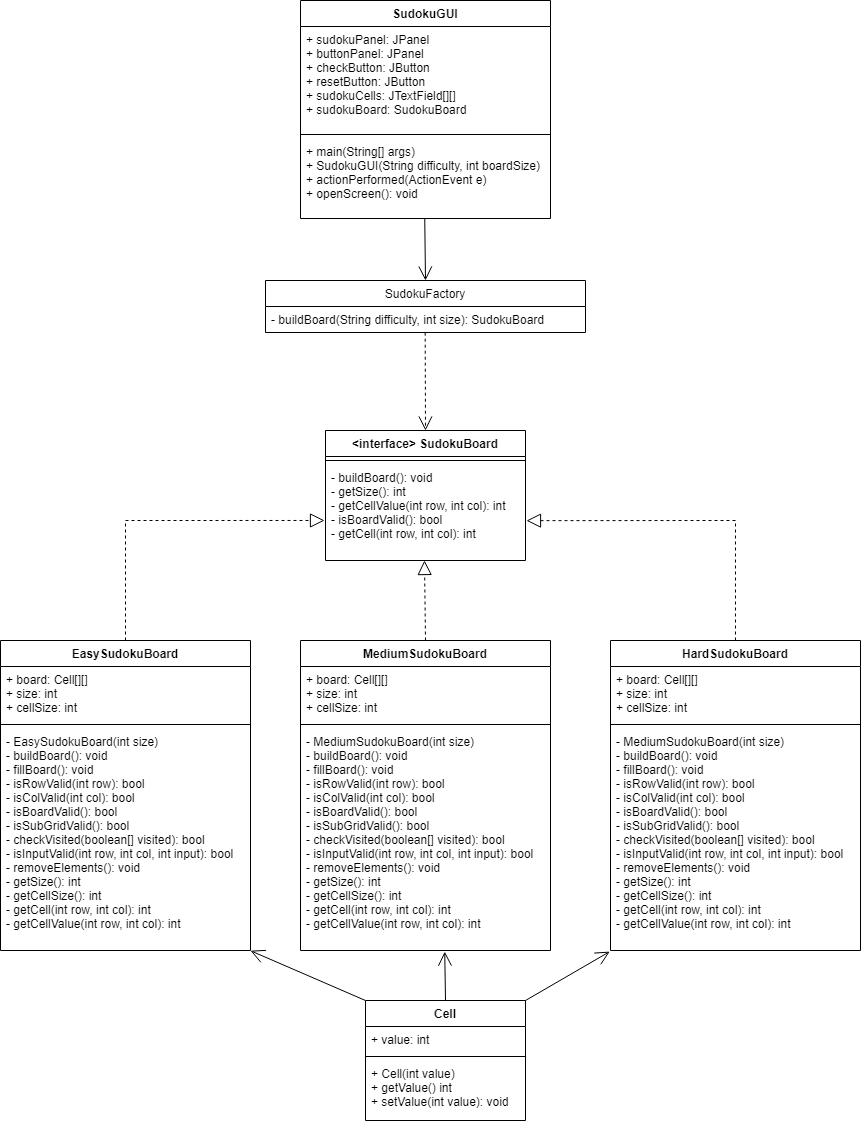
The draw.io diagram data/Factory-UML.png in BrendanD7/Sudoku-DesignPatterns, before a commit. Source tidied: cells renumbered, new cells last; positions are measured from the earlier drawing's top-left corner, leaving out a move shared by most shapes. Its diagram source:
```xml
<mxGraphModel>
  <root>
    <mxCell id="0" />
    <mxCell id="1" parent="0" />
    <mxCell id="2" value="EasySudokuBoard" style="swimlane;fontStyle=1;align=center;verticalAlign=top;horizontal=1;startSize=26;" parent="1" vertex="1">
      <mxGeometry y="640" width="250" height="310" as="geometry" />
    </mxCell>
    <mxCell id="3" value="+ board: Cell[][]&#10;+ size: int&#10;+ cellSize: int" style="text;strokeColor=none;fillColor=none;align=left;verticalAlign=top;spacingLeft=4;spacingRight=4;overflow=hidden;" parent="2" vertex="1">
      <mxGeometry y="26" width="250" height="54" as="geometry" />
    </mxCell>
    <mxCell id="4" style="line;strokeWidth=1;fillColor=none;align=left;verticalAlign=middle;spacingTop=-1;spacingLeft=3;spacingRight=3;labelPosition=right;strokeColor=inherit;" parent="2" vertex="1">
      <mxGeometry y="80" width="250" height="8" as="geometry" />
    </mxCell>
    <mxCell id="5" value="- EasySudokuBoard(int size)&#10;- buildBoard(): void&#10;- fillBoard(): void&#10;- isRowValid(int row): bool&#10;- isColValid(int col): bool&#10;- isBoardValid(): bool&#10;- isSubGridValid(): bool&#10;- checkVisited(boolean[] visited): bool&#10;- isInputValid(int row, int col, int input): bool&#10;- removeElements(): void&#10;- getSize(): int&#10;- getCellSize(): int&#10;- getCell(int row, int col): int&#10;- getCellValue(int row, int col): int&#10;" style="text;strokeColor=none;fillColor=none;align=left;verticalAlign=top;spacingLeft=4;spacingRight=4;overflow=hidden;points=[[0,0.5],[1,0.5]];portConstraint=eastwest;" parent="2" vertex="1">
      <mxGeometry y="88" width="250" height="222" as="geometry" />
    </mxCell>
    <mxCell id="6" value="MediumSudokuBoard" style="swimlane;fontStyle=1;align=center;verticalAlign=top;horizontal=1;startSize=26;" parent="1" vertex="1">
      <mxGeometry x="300" y="640" width="250" height="310" as="geometry" />
    </mxCell>
    <mxCell id="7" value="+ board: Cell[][]&#10;+ size: int&#10;+ cellSize: int" style="text;strokeColor=none;fillColor=none;align=left;verticalAlign=top;spacingLeft=4;spacingRight=4;overflow=hidden;" parent="6" vertex="1">
      <mxGeometry y="26" width="250" height="54" as="geometry" />
    </mxCell>
    <mxCell id="8" style="line;strokeWidth=1;fillColor=none;align=left;verticalAlign=middle;spacingTop=-1;spacingLeft=3;spacingRight=3;labelPosition=right;strokeColor=inherit;" parent="6" vertex="1">
      <mxGeometry y="80" width="250" height="8" as="geometry" />
    </mxCell>
    <mxCell id="9" value="- MediumSudokuBoard(int size)&#10;- buildBoard(): void&#10;- fillBoard(): void&#10;- isRowValid(int row): bool&#10;- isColValid(int col): bool&#10;- isBoardValid(): bool&#10;- isSubGridValid(): bool&#10;- checkVisited(boolean[] visited): bool&#10;- isInputValid(int row, int col, int input): bool&#10;- removeElements(): void&#10;- getSize(): int&#10;- getCellSize(): int&#10;- getCell(int row, int col): int&#10;- getCellValue(int row, int col): int&#10;" style="text;strokeColor=none;fillColor=none;align=left;verticalAlign=top;spacingLeft=4;spacingRight=4;overflow=hidden;points=[[0,0.5],[1,0.5]];portConstraint=eastwest;" parent="6" vertex="1">
      <mxGeometry y="88" width="250" height="222" as="geometry" />
    </mxCell>
    <mxCell id="10" value="HardSudokuBoard" style="swimlane;fontStyle=1;align=center;verticalAlign=top;horizontal=1;startSize=26;" parent="1" vertex="1">
      <mxGeometry x="610" y="640" width="250" height="310" as="geometry" />
    </mxCell>
    <mxCell id="11" value="+ board: Cell[][]&#10;+ size: int&#10;+ cellSize: int" style="text;strokeColor=none;fillColor=none;align=left;verticalAlign=top;spacingLeft=4;spacingRight=4;overflow=hidden;" parent="10" vertex="1">
      <mxGeometry y="26" width="250" height="54" as="geometry" />
    </mxCell>
    <mxCell id="12" style="line;strokeWidth=1;fillColor=none;align=left;verticalAlign=middle;spacingTop=-1;spacingLeft=3;spacingRight=3;labelPosition=right;strokeColor=inherit;" parent="10" vertex="1">
      <mxGeometry y="80" width="250" height="8" as="geometry" />
    </mxCell>
    <mxCell id="13" value="- MediumSudokuBoard(int size)&#10;- buildBoard(): void&#10;- fillBoard(): void&#10;- isRowValid(int row): bool&#10;- isColValid(int col): bool&#10;- isBoardValid(): bool&#10;- isSubGridValid(): bool&#10;- checkVisited(boolean[] visited): bool&#10;- isInputValid(int row, int col, int input): bool&#10;- removeElements(): void&#10;- getSize(): int&#10;- getCellSize(): int&#10;- getCell(int row, int col): int&#10;- getCellValue(int row, int col): int&#10;" style="text;strokeColor=none;fillColor=none;align=left;verticalAlign=top;spacingLeft=4;spacingRight=4;overflow=hidden;points=[[0,0.5],[1,0.5]];portConstraint=eastwest;" parent="10" vertex="1">
      <mxGeometry y="88" width="250" height="222" as="geometry" />
    </mxCell>
    <mxCell id="14" value="&lt;interface&gt; SudokuBoard" style="swimlane;fontStyle=1;align=center;verticalAlign=top;horizontal=1;startSize=26;" parent="1" vertex="1">
      <mxGeometry x="325" y="430" width="200" height="130" as="geometry" />
    </mxCell>
    <mxCell id="15" style="line;strokeWidth=1;fillColor=none;align=left;verticalAlign=middle;spacingTop=-1;spacingLeft=3;spacingRight=3;labelPosition=right;strokeColor=inherit;" parent="14" vertex="1">
      <mxGeometry y="26" width="200" height="8" as="geometry" />
    </mxCell>
    <mxCell id="16" value="- buildBoard(): void&#10;- getSize(): int&#10;- getCellValue(int row, int col): int&#10;- isBoardValid(): bool&#10;- getCell(int row, int col): int" style="text;strokeColor=none;fillColor=none;align=left;verticalAlign=top;spacingLeft=4;spacingRight=4;overflow=hidden;points=[[0,0.5],[1,0.5]];portConstraint=eastwest;" parent="14" vertex="1">
      <mxGeometry y="34" width="200" height="96" as="geometry" />
    </mxCell>
    <mxCell id="17" value="SudokuFactory" style="swimlane;fontStyle=0;horizontal=1;startSize=26;fillColor=none;" parent="1" vertex="1">
      <mxGeometry x="265" y="280" width="320" height="52" as="geometry" />
    </mxCell>
    <mxCell id="18" value="Cell" style="swimlane;fontStyle=1;align=center;verticalAlign=top;horizontal=1;startSize=26;" parent="1" vertex="1">
      <mxGeometry x="365" y="1000" width="160" height="120" as="geometry" />
    </mxCell>
    <mxCell id="19" value="+ value: int" style="text;strokeColor=none;fillColor=none;align=left;verticalAlign=top;spacingLeft=4;spacingRight=4;overflow=hidden;" parent="18" vertex="1">
      <mxGeometry y="26" width="160" height="26" as="geometry" />
    </mxCell>
    <mxCell id="20" style="line;strokeWidth=1;fillColor=none;align=left;verticalAlign=middle;spacingTop=-1;spacingLeft=3;spacingRight=3;labelPosition=right;strokeColor=inherit;" parent="18" vertex="1">
      <mxGeometry y="52" width="160" height="8" as="geometry" />
    </mxCell>
    <mxCell id="21" value="+ Cell(int value)&#10;+ getValue() int&#10;+ setValue(int value): void" style="text;strokeColor=none;fillColor=none;align=left;verticalAlign=top;spacingLeft=4;spacingRight=4;overflow=hidden;" parent="18" vertex="1">
      <mxGeometry y="60" width="160" height="60" as="geometry" />
    </mxCell>
    <mxCell id="22" value="SudokuGUI" style="swimlane;fontStyle=1;align=center;verticalAlign=top;horizontal=1;startSize=26;" parent="1" vertex="1">
      <mxGeometry x="300" width="250" height="218" as="geometry" />
    </mxCell>
    <mxCell id="23" value="+ sudokuPanel: JPanel&#10;+ buttonPanel: JPanel&#10;+ checkButton: JButton&#10;+ resetButton: JButton&#10;+ sudokuCells: JTextField[][]&#10;+ sudokuBoard: SudokuBoard" style="text;strokeColor=none;fillColor=none;align=left;verticalAlign=top;spacingLeft=4;spacingRight=4;overflow=hidden;" parent="22" vertex="1">
      <mxGeometry y="26" width="250" height="104" as="geometry" />
    </mxCell>
    <mxCell id="24" style="line;strokeWidth=1;fillColor=none;align=left;verticalAlign=middle;spacingTop=-1;spacingLeft=3;spacingRight=3;labelPosition=right;strokeColor=inherit;" parent="22" vertex="1">
      <mxGeometry y="130" width="250" height="8" as="geometry" />
    </mxCell>
    <mxCell id="25" value="+ main(String[] args)&#10;+ SudokuGUI(String difficulty, int boardSize)&#10;+ actionPerformed(ActionEvent e)&#10;+ openScreen(): void" style="text;strokeColor=none;fillColor=none;align=left;verticalAlign=top;spacingLeft=4;spacingRight=4;overflow=hidden;points=[[0,0.5],[1,0.5]];portConstraint=eastwest;" parent="22" vertex="1">
      <mxGeometry y="138" width="250" height="80" as="geometry" />
    </mxCell>
    <mxCell id="26" style="endArrow=block;dashed=1;endFill=0;endSize=12;html=1;rounded=0;entryX=0.495;entryY=1;entryDx=0;entryDy=0;entryPerimeter=0;exitX=0.5;exitY=0;exitDx=0;exitDy=0;" parent="1" edge="1" source="6" target="16">
      <mxGeometry relative="1" as="geometry" />
    </mxCell>
    <mxCell id="27" style="endArrow=block;dashed=1;endFill=0;endSize=12;html=1;rounded=0;exitX=0.5;exitY=0;exitDx=0;exitDy=0;entryX=1.005;entryY=0.585;entryDx=0;entryDy=0;entryPerimeter=0;" parent="1" edge="1" source="10" target="16">
      <mxGeometry relative="1" as="geometry">
        <Array as="points">
          <mxPoint x="735" y="520" />
        </Array>
      </mxGeometry>
    </mxCell>
    <mxCell id="28" style="endArrow=block;dashed=1;endFill=0;endSize=12;html=1;rounded=0;entryX=-0.005;entryY=0.583;entryDx=0;entryDy=0;exitX=0.5;exitY=0;exitDx=0;exitDy=0;entryPerimeter=0;" parent="1" edge="1" source="2" target="16">
      <mxGeometry relative="1" as="geometry">
        <Array as="points">
          <mxPoint x="125" y="520" />
        </Array>
      </mxGeometry>
    </mxCell>
    <mxCell id="29" style="endArrow=open;endSize=12;dashed=1;html=1;rounded=0;exitX=0.499;exitY=1.008;exitDx=0;exitDy=0;exitPerimeter=0;entryX=0.5;entryY=0;entryDx=0;entryDy=0;" parent="1" edge="1" source="30" target="14">
      <mxGeometry relative="1" as="geometry" />
    </mxCell>
    <mxCell id="30" value="- buildBoard(String difficulty, int size): SudokuBoard&#10; " style="text;strokeColor=none;fillColor=none;align=left;verticalAlign=top;spacingLeft=4;spacingRight=4;overflow=hidden;points=[[0,0.5],[1,0.5]];portConstraint=eastwest;" parent="1" vertex="1">
      <mxGeometry x="265" y="306" width="320" height="26" as="geometry" />
    </mxCell>
    <mxCell id="31" style="endArrow=open;endFill=1;endSize=12;html=1;rounded=0;exitX=0.497;exitY=1.003;exitDx=0;exitDy=0;exitPerimeter=0;entryX=0.5;entryY=0;entryDx=0;entryDy=0;" parent="1" edge="1" source="25" target="17">
      <mxGeometry relative="1" as="geometry" />
    </mxCell>
    <mxCell id="32" style="endArrow=open;endFill=1;endSize=12;html=1;rounded=0;exitX=0;exitY=0;exitDx=0;exitDy=0;entryX=1;entryY=1.001;entryDx=0;entryDy=0;entryPerimeter=0;" parent="1" edge="1" source="18" target="5">
      <mxGeometry relative="1" as="geometry" />
    </mxCell>
    <mxCell id="33" style="endArrow=open;endFill=1;endSize=12;html=1;rounded=0;exitX=0.5;exitY=0;exitDx=0;exitDy=0;entryX=0.577;entryY=1.005;entryDx=0;entryDy=0;entryPerimeter=0;" parent="1" edge="1" source="18" target="9">
      <mxGeometry relative="1" as="geometry" />
    </mxCell>
    <mxCell id="34" style="endArrow=open;endFill=1;endSize=12;html=1;rounded=0;exitX=1;exitY=0;exitDx=0;exitDy=0;entryX=-0.003;entryY=1.005;entryDx=0;entryDy=0;entryPerimeter=0;" parent="1" edge="1" source="18" target="13">
      <mxGeometry relative="1" as="geometry" />
    </mxCell>
  </root>
</mxGraphModel>
```
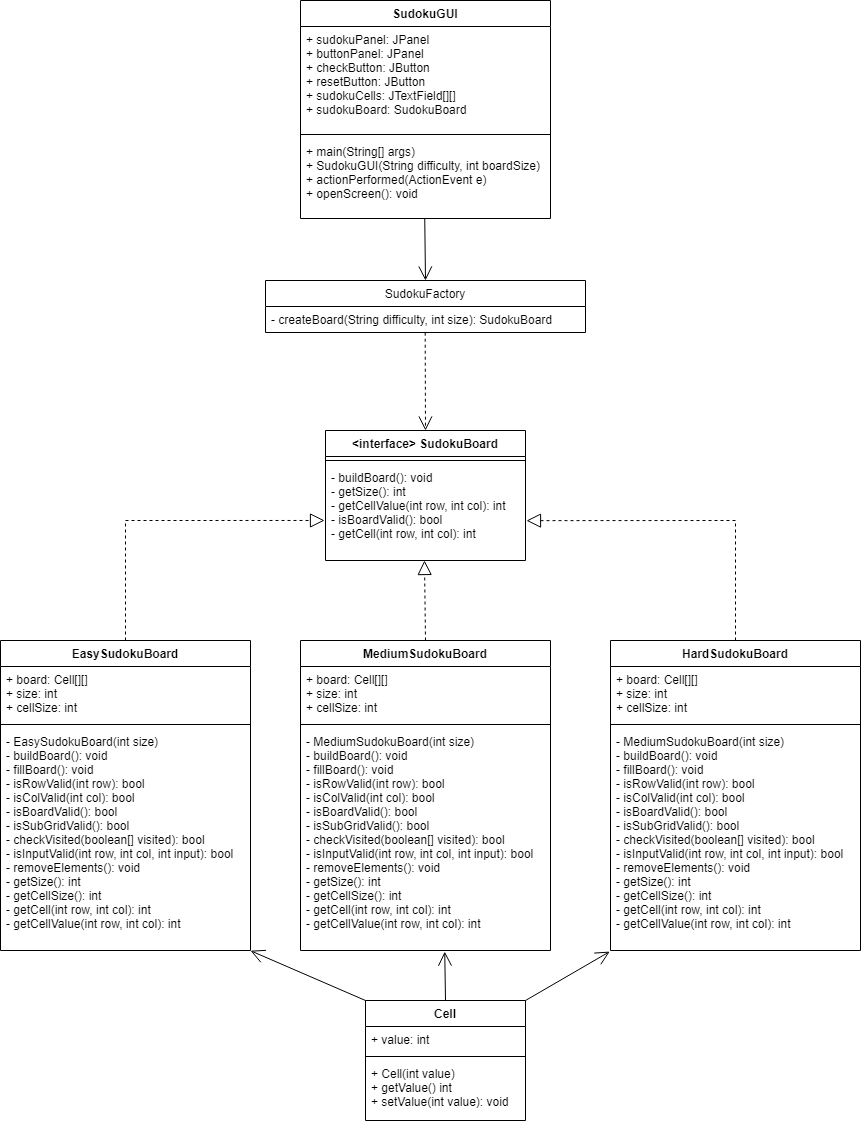
After the change.

Diff of the diagram source:
```diff
@@ -94,7 +94,7 @@
     <mxCell id="29" style="endArrow=open;endSize=12;dashed=1;html=1;rounded=0;exitX=0.499;exitY=1.008;exitDx=0;exitDy=0;exitPerimeter=0;entryX=0.5;entryY=0;entryDx=0;entryDy=0;" parent="1" edge="1" source="30" target="14">
       <mxGeometry relative="1" as="geometry" />
     </mxCell>
-    <mxCell id="30" value="- buildBoard(String difficulty, int size): SudokuBoard&#10; " style="text;strokeColor=none;fillColor=none;align=left;verticalAlign=top;spacingLeft=4;spacingRight=4;overflow=hidden;points=[[0,0.5],[1,0.5]];portConstraint=eastwest;" parent="1" vertex="1">
+    <mxCell id="30" value="- createBoard(String difficulty, int size): SudokuBoard&#10; " style="text;strokeColor=none;fillColor=none;align=left;verticalAlign=top;spacingLeft=4;spacingRight=4;overflow=hidden;points=[[0,0.5],[1,0.5]];portConstraint=eastwest;" parent="1" vertex="1">
       <mxGeometry x="265" y="306" width="320" height="26" as="geometry" />
     </mxCell>
     <mxCell id="31" style="endArrow=open;endFill=1;endSize=12;html=1;rounded=0;exitX=0.497;exitY=1.003;exitDx=0;exitDy=0;exitPerimeter=0;entryX=0.5;entryY=0;entryDx=0;entryDy=0;" parent="1" edge="1" source="25" target="17">
```
